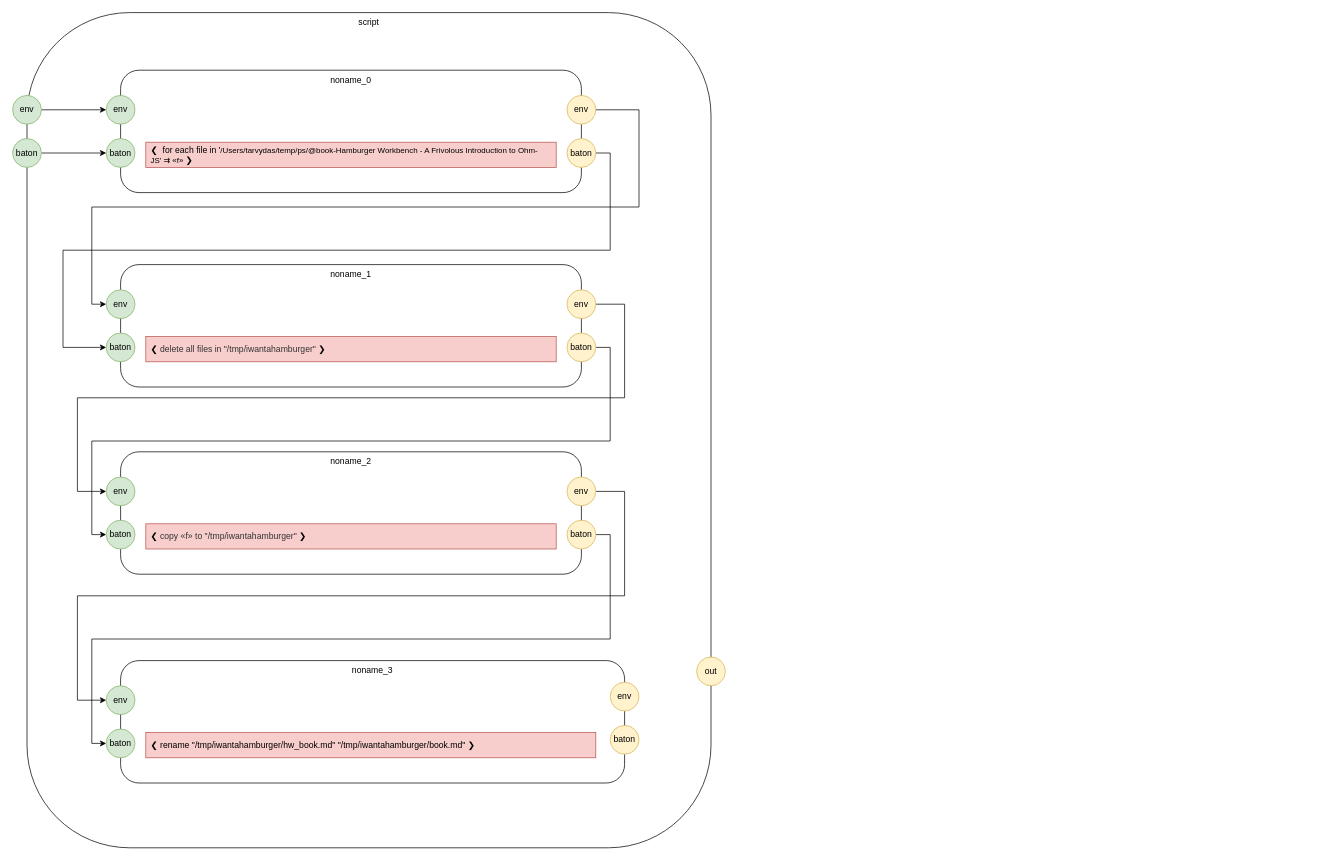
guitarvydas/hamburgerworkbenchD0D keeps this draw.io diagram as script.drawio. Above is the earlier version. Source tidied: cells renumbered, new cells numbered last; positions are measured from the earlier drawing's top-left corner, leaving out a move shared by most shapes. Both pictures are drawn from the tidied source at 72%, with x=0, y=0 at pixel (12, 12).
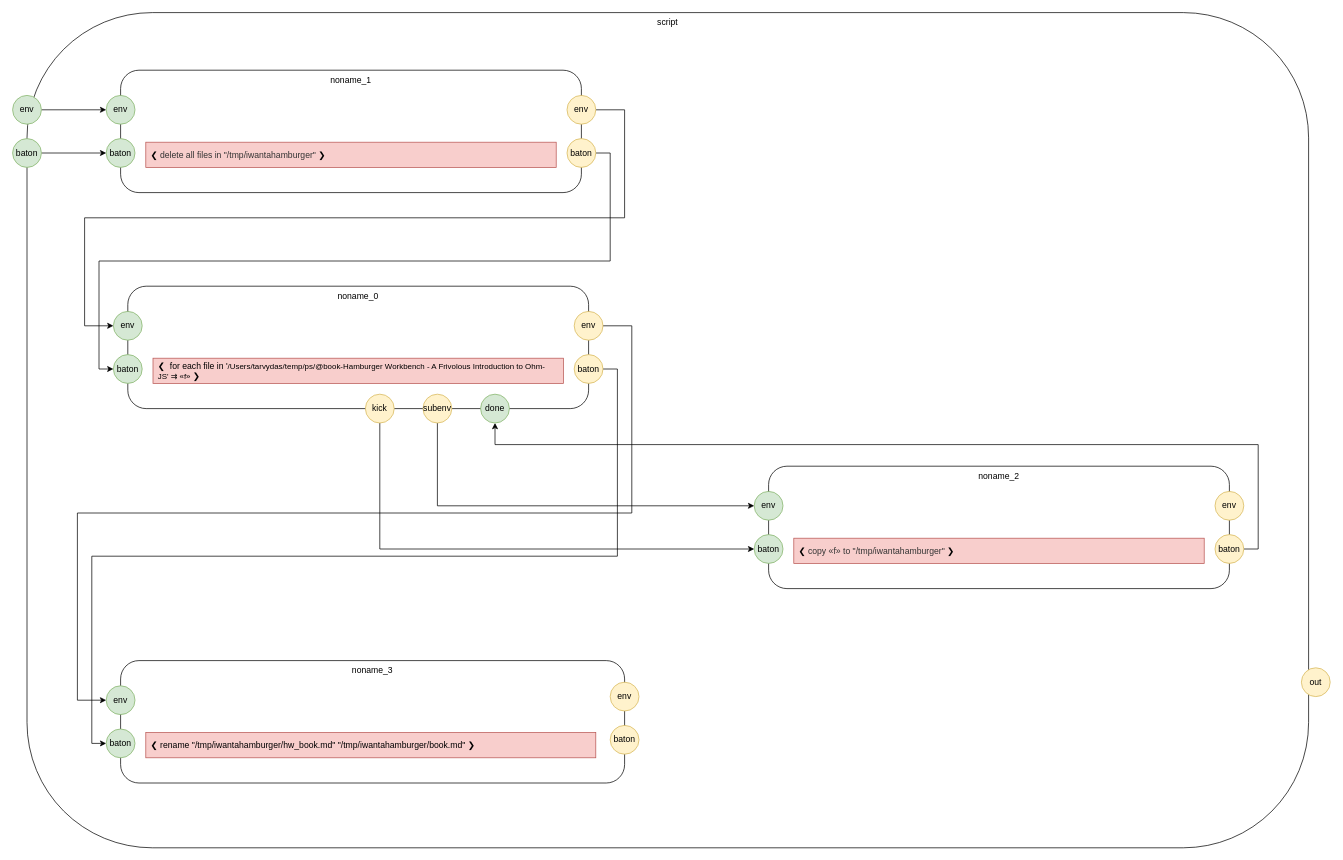
Above is the later version.

Unchanged cells that the change refers to:
```xml
<mxCell id="28" value="env" style="ellipse;whiteSpace=wrap;html=1;align=center;fillColor=#d5e8d4;strokeColor=#82b366;" parent="1" vertex="1">
  <mxGeometry x="130" y="935" width="40" height="40" as="geometry" />
</mxCell>
<mxCell id="32" value="baton" style="ellipse;whiteSpace=wrap;html=1;align=center;fillColor=#d5e8d4;strokeColor=#82b366;" parent="1" vertex="1">
  <mxGeometry x="130" y="995" width="40" height="40" as="geometry" />
</mxCell>
<mxCell id="34" value="env" style="ellipse;whiteSpace=wrap;html=1;align=center;fillColor=#d5e8d4;strokeColor=#82b366;" parent="1" vertex="1">
  <mxGeometry y="115" width="40" height="40" as="geometry" />
</mxCell>
<mxCell id="36" value="baton" style="ellipse;whiteSpace=wrap;html=1;align=center;fillColor=#d5e8d4;strokeColor=#82b366;" parent="1" vertex="1">
  <mxGeometry y="175" width="40" height="40" as="geometry" />
</mxCell>
```

Diff of the diagram source:
```diff
@@
     <mxCell id="2" value="script" style="rounded=1;whiteSpace=wrap;html=1;verticalAlign=top;" parent="1" vertex="1">
-      <mxGeometry x="20" width="950" height="1160" as="geometry" />
+      <mxGeometry x="20" width="1780" height="1160" as="geometry" />
     </mxCell>
     <mxCell id="3" value="noname_0" style="rounded=1;whiteSpace=wrap;html=1;align=center;verticalAlign=top;" parent="1" vertex="1">
-      <mxGeometry x="150" y="80" width="640" height="170" as="geometry" />
+      <mxGeometry x="160" y="380" width="640" height="170" as="geometry" />
     </mxCell>
     <mxCell id="4" value="env" style="ellipse;whiteSpace=wrap;html=1;align=center;fillColor=#d5e8d4;strokeColor=#82b366;" parent="1" vertex="1">
-      <mxGeometry x="130" y="115" width="40" height="40" as="geometry" />
+      <mxGeometry x="140" y="415" width="40" height="40" as="geometry" />
     </mxCell>
-    <mxCell id="5" style="edgeStyle=orthogonalEdgeStyle;rounded=0;jettySize=auto;html=1;exitX=1;exitY=0.5;exitDx=0;exitDy=0;entryX=0;entryY=0.5;entryDx=0;entryDy=0;align=center;" parent="1" edge="1" source="6" target="12">
-      <mxGeometry relative="1" as="geometry">
-        <Array as="points">
-          <mxPoint x="870" y="135" />
-          <mxPoint x="870" y="270" />
-          <mxPoint x="110" y="270" />
-          <mxPoint x="110" y="405" />
-        </Array>
-      </mxGeometry>
-    </mxCell>
+    <mxCell id="38" style="edgeStyle=orthogonalEdgeStyle;rounded=0;jettySize=auto;html=1;exitX=1;exitY=0.5;exitDx=0;exitDy=0;entryX=0;entryY=0.5;entryDx=0;entryDy=0;" parent="1" edge="1" source="6" target="28">
+      <mxGeometry relative="1" as="geometry">
+        <Array as="points">
+          <mxPoint x="860" y="435" />
+          <mxPoint x="860" y="695" />
+          <mxPoint x="90" y="695" />
+          <mxPoint x="90" y="955" />
+        </Array>
+      </mxGeometry>
+    </mxCell>
     <mxCell id="6" value="env" style="ellipse;whiteSpace=wrap;html=1;align=center;fillColor=#fff2cc;strokeColor=#d6b656;" parent="1" vertex="1">
-      <mxGeometry x="770" y="115" width="40" height="40" as="geometry" />
+      <mxGeometry x="780" y="415" width="40" height="40" as="geometry" />
     </mxCell>
     <mxCell id="7" value="&lt;span style=&quot;text-align: center&quot;&gt;❮&lt;/span&gt;&amp;nbsp; for each file in '&lt;span style=&quot;font-size: 11px&quot;&gt;/Users/tarvydas/temp/ps/@book-Hamburger Workbench - A Frivolous Introduction to Ohm-JS'&amp;nbsp;&lt;/span&gt;&lt;span style=&quot;font-size: 11px&quot;&gt;⇉ «f»&amp;nbsp;&lt;/span&gt;❯" style="rounded=0;whiteSpace=wrap;html=1;align=left;fillColor=#f8cecc;strokeColor=#b85450;spacingLeft=5;" parent="1" vertex="1">
-      <mxGeometry x="185" y="180" width="570" height="35" as="geometry" />
+      <mxGeometry x="195" y="480" width="570" height="35" as="geometry" />
     </mxCell>
-    <mxCell id="8" style="edgeStyle=orthogonalEdgeStyle;rounded=0;jettySize=auto;html=1;exitX=1;exitY=0.5;exitDx=0;exitDy=0;entryX=0;entryY=0.5;entryDx=0;entryDy=0;align=center;" parent="1" edge="1" source="9" target="18">
-      <mxGeometry relative="1" as="geometry">
-        <Array as="points">
-          <mxPoint x="830" y="195" />
-          <mxPoint x="830" y="330" />
-          <mxPoint x="70" y="330" />
-          <mxPoint x="70" y="465" />
-        </Array>
-      </mxGeometry>
-    </mxCell>
+    <mxCell id="39" style="edgeStyle=orthogonalEdgeStyle;rounded=0;jettySize=auto;html=1;exitX=1;exitY=0.5;exitDx=0;exitDy=0;entryX=0;entryY=0.5;entryDx=0;entryDy=0;" parent="1" edge="1" source="9" target="32">
+      <mxGeometry relative="1" as="geometry" />
+    </mxCell>
     <mxCell id="9" value="baton" style="ellipse;whiteSpace=wrap;html=1;align=center;fillColor=#fff2cc;strokeColor=#d6b656;" parent="1" vertex="1">
-      <mxGeometry x="770" y="175" width="40" height="40" as="geometry" />
+      <mxGeometry x="780" y="475" width="40" height="40" as="geometry" />
     </mxCell>
     <mxCell id="10" value="baton" style="ellipse;whiteSpace=wrap;html=1;align=center;fillColor=#d5e8d4;strokeColor=#82b366;" parent="1" vertex="1">
-      <mxGeometry x="130" y="175" width="40" height="40" as="geometry" />
+      <mxGeometry x="140" y="475" width="40" height="40" as="geometry" />
     </mxCell>
     <mxCell id="11" value="noname_1" style="rounded=1;whiteSpace=wrap;html=1;align=center;verticalAlign=top;" parent="1" vertex="1">
-      <mxGeometry x="150" y="350" width="640" height="170" as="geometry" />
+      <mxGeometry x="150" y="80" width="640" height="170" as="geometry" />
     </mxCell>
     <mxCell id="12" value="env" style="ellipse;whiteSpace=wrap;html=1;align=center;fillColor=#d5e8d4;strokeColor=#82b366;" parent="1" vertex="1">
-      <mxGeometry x="130" y="385" width="40" height="40" as="geometry" />
+      <mxGeometry x="130" y="115" width="40" height="40" as="geometry" />
     </mxCell>
-    <mxCell id="13" style="edgeStyle=orthogonalEdgeStyle;rounded=0;jettySize=auto;html=1;exitX=1;exitY=0.5;exitDx=0;exitDy=0;align=center;" parent="1" edge="1" source="14" target="20">
-      <mxGeometry relative="1" as="geometry">
-        <Array as="points">
-          <mxPoint x="850" y="405" />
-          <mxPoint x="850" y="535" />
-          <mxPoint x="90" y="535" />
-          <mxPoint x="90" y="665" />
-        </Array>
-      </mxGeometry>
-    </mxCell>
+    <mxCell id="40" style="edgeStyle=orthogonalEdgeStyle;rounded=0;jettySize=auto;html=1;exitX=1;exitY=0.5;exitDx=0;exitDy=0;entryX=0;entryY=0.5;entryDx=0;entryDy=0;" parent="1" edge="1" source="14" target="4">
+      <mxGeometry relative="1" as="geometry">
+        <Array as="points">
+          <mxPoint x="850" y="135" />
+          <mxPoint x="850" y="285" />
+          <mxPoint x="100" y="285" />
+          <mxPoint x="100" y="435" />
+        </Array>
+      </mxGeometry>
+    </mxCell>
     <mxCell id="14" value="env" style="ellipse;whiteSpace=wrap;html=1;align=center;fillColor=#fff2cc;strokeColor=#d6b656;" parent="1" vertex="1">
-      <mxGeometry x="770" y="385" width="40" height="40" as="geometry" />
+      <mxGeometry x="770" y="115" width="40" height="40" as="geometry" />
     </mxCell>
     <mxCell id="15" value="&lt;span style=&quot;text-align: center&quot;&gt;❮&lt;/span&gt;&lt;span style=&quot;font-size: 11px&quot;&gt;&amp;nbsp;&lt;/span&gt;&lt;span style=&quot;color: rgb(51 , 51 , 51)&quot;&gt;delete all files in &quot;/tmp/iwantahamburger&quot;&amp;nbsp;&lt;/span&gt;❯" style="rounded=0;whiteSpace=wrap;html=1;align=left;fillColor=#f8cecc;strokeColor=#b85450;spacingLeft=5;" parent="1" vertex="1">
-      <mxGeometry x="185" y="450" width="570" height="35" as="geometry" />
+      <mxGeometry x="185" y="180" width="570" height="35" as="geometry" />
     </mxCell>
-    <mxCell id="16" style="edgeStyle=orthogonalEdgeStyle;rounded=0;jettySize=auto;html=1;exitX=1;exitY=0.5;exitDx=0;exitDy=0;align=center;" parent="1" edge="1" source="17" target="26">
-      <mxGeometry relative="1" as="geometry">
-        <Array as="points">
-          <mxPoint x="830" y="465" />
-          <mxPoint x="830" y="595" />
-          <mxPoint x="110" y="595" />
-          <mxPoint x="110" y="725" />
-        </Array>
-      </mxGeometry>
-    </mxCell>
+    <mxCell id="41" style="edgeStyle=orthogonalEdgeStyle;rounded=0;jettySize=auto;html=1;exitX=1;exitY=0.5;exitDx=0;exitDy=0;entryX=0;entryY=0.5;entryDx=0;entryDy=0;" parent="1" edge="1" source="17" target="10">
+      <mxGeometry relative="1" as="geometry" />
+    </mxCell>
     <mxCell id="17" value="baton" style="ellipse;whiteSpace=wrap;html=1;align=center;fillColor=#fff2cc;strokeColor=#d6b656;" parent="1" vertex="1">
-      <mxGeometry x="770" y="445" width="40" height="40" as="geometry" />
+      <mxGeometry x="770" y="175" width="40" height="40" as="geometry" />
     </mxCell>
     <mxCell id="18" value="baton" style="ellipse;whiteSpace=wrap;html=1;align=center;fillColor=#d5e8d4;strokeColor=#82b366;" parent="1" vertex="1">
-      <mxGeometry x="130" y="445" width="40" height="40" as="geometry" />
+      <mxGeometry x="130" y="175" width="40" height="40" as="geometry" />
     </mxCell>
     <mxCell id="19" value="noname_2" style="rounded=1;whiteSpace=wrap;html=1;align=center;verticalAlign=top;" parent="1" vertex="1">
-      <mxGeometry x="150" y="610" width="640" height="170" as="geometry" />
+      <mxGeometry x="1050" y="630" width="640" height="170" as="geometry" />
     </mxCell>
     <mxCell id="20" value="env" style="ellipse;whiteSpace=wrap;html=1;align=center;fillColor=#d5e8d4;strokeColor=#82b366;" parent="1" vertex="1">
-      <mxGeometry x="130" y="645" width="40" height="40" as="geometry" />
+      <mxGeometry x="1030" y="665" width="40" height="40" as="geometry" />
     </mxCell>
-    <mxCell id="21" style="edgeStyle=orthogonalEdgeStyle;rounded=0;jettySize=auto;html=1;exitX=1;exitY=0.5;exitDx=0;exitDy=0;entryX=0;entryY=0.5;entryDx=0;entryDy=0;align=center;" parent="1" edge="1" source="22" target="28">
-      <mxGeometry relative="1" as="geometry">
-        <Array as="points">
-          <mxPoint x="850" y="665" />
-          <mxPoint x="850" y="810" />
-          <mxPoint x="90" y="810" />
-          <mxPoint x="90" y="955" />
-        </Array>
-      </mxGeometry>
-    </mxCell>
     <mxCell id="22" value="env" style="ellipse;whiteSpace=wrap;html=1;align=center;fillColor=#fff2cc;strokeColor=#d6b656;" parent="1" vertex="1">
-      <mxGeometry x="770" y="645" width="40" height="40" as="geometry" />
+      <mxGeometry x="1670" y="665" width="40" height="40" as="geometry" />
     </mxCell>
     <mxCell id="23" value="&lt;span style=&quot;text-align: center&quot;&gt;❮&lt;/span&gt;&lt;span style=&quot;font-size: 11px&quot;&gt;&amp;nbsp;&lt;/span&gt;&lt;span style=&quot;color: rgb(51 , 51 , 51)&quot;&gt;copy «f» to &quot;/tmp/iwantahamburger&quot;&amp;nbsp;&lt;/span&gt;❯" style="rounded=0;whiteSpace=wrap;html=1;align=left;fillColor=#f8cecc;strokeColor=#b85450;spacingLeft=5;" parent="1" vertex="1">
-      <mxGeometry x="185" y="710" width="570" height="35" as="geometry" />
+      <mxGeometry x="1085" y="730" width="570" height="35" as="geometry" />
     </mxCell>
-    <mxCell id="24" style="edgeStyle=orthogonalEdgeStyle;rounded=0;jettySize=auto;html=1;exitX=1;exitY=0.5;exitDx=0;exitDy=0;entryX=0;entryY=0.5;entryDx=0;entryDy=0;align=center;" parent="1" edge="1" source="25" target="32">
-      <mxGeometry relative="1" as="geometry" />
-    </mxCell>
+    <mxCell id="42" style="edgeStyle=orthogonalEdgeStyle;rounded=0;jettySize=auto;html=1;exitX=1;exitY=0.5;exitDx=0;exitDy=0;entryX=0.5;entryY=1;entryDx=0;entryDy=0;" parent="1" edge="1" source="25" target="49">
+      <mxGeometry relative="1" as="geometry">
+        <Array as="points">
+          <mxPoint x="1730" y="745" />
+          <mxPoint x="1730" y="600" />
+          <mxPoint x="670" y="600" />
+        </Array>
+      </mxGeometry>
+    </mxCell>
     <mxCell id="25" value="baton" style="ellipse;whiteSpace=wrap;html=1;align=center;fillColor=#fff2cc;strokeColor=#d6b656;" parent="1" vertex="1">
-      <mxGeometry x="770" y="705" width="40" height="40" as="geometry" />
+      <mxGeometry x="1670" y="725" width="40" height="40" as="geometry" />
     </mxCell>
     <mxCell id="26" value="baton" style="ellipse;whiteSpace=wrap;html=1;align=center;fillColor=#d5e8d4;strokeColor=#82b366;" parent="1" vertex="1">
-      <mxGeometry x="130" y="705" width="40" height="40" as="geometry" />
+      <mxGeometry x="1030" y="725" width="40" height="40" as="geometry" />
     </mxCell>
@@
-    <mxCell id="33" style="edgeStyle=orthogonalEdgeStyle;rounded=0;jettySize=auto;html=1;exitX=1;exitY=0.5;exitDx=0;exitDy=0;entryX=0;entryY=0.5;entryDx=0;entryDy=0;" parent="1" edge="1" source="34" target="4">
-      <mxGeometry relative="1" as="geometry" />
-    </mxCell>
+    <mxCell id="43" style="edgeStyle=orthogonalEdgeStyle;rounded=0;jettySize=auto;html=1;exitX=1;exitY=0.5;exitDx=0;exitDy=0;" parent="1" edge="1" source="34" target="12">
+      <mxGeometry relative="1" as="geometry" />
+    </mxCell>
@@
-    <mxCell id="35" style="edgeStyle=orthogonalEdgeStyle;rounded=0;jettySize=auto;html=1;exitX=1;exitY=0.5;exitDx=0;exitDy=0;entryX=0;entryY=0.5;entryDx=0;entryDy=0;" parent="1" edge="1" source="36" target="10">
-      <mxGeometry relative="1" as="geometry" />
-    </mxCell>
+    <mxCell id="44" style="edgeStyle=orthogonalEdgeStyle;rounded=0;jettySize=auto;html=1;exitX=1;exitY=0.5;exitDx=0;exitDy=0;entryX=0;entryY=0.5;entryDx=0;entryDy=0;" parent="1" edge="1" source="36" target="18">
+      <mxGeometry relative="1" as="geometry" />
+    </mxCell>
@@
     <mxCell id="37" value="out" style="ellipse;whiteSpace=wrap;html=1;align=center;fillColor=#fff2cc;strokeColor=#d6b656;" parent="1" vertex="1">
-      <mxGeometry x="950" y="895" width="40" height="40" as="geometry" />
+      <mxGeometry x="1790" y="910" width="40" height="40" as="geometry" />
     </mxCell>
+    <mxCell id="45" style="edgeStyle=orthogonalEdgeStyle;rounded=0;jettySize=auto;html=1;exitX=0.5;exitY=1;exitDx=0;exitDy=0;entryX=0;entryY=0.5;entryDx=0;entryDy=0;" parent="1" edge="1" source="46" target="26">
+      <mxGeometry relative="1" as="geometry" />
+    </mxCell>
+    <mxCell id="46" value="kick" style="ellipse;whiteSpace=wrap;html=1;align=center;fillColor=#fff2cc;strokeColor=#d6b656;" parent="1" vertex="1">
+      <mxGeometry x="490" y="530" width="40" height="40" as="geometry" />
+    </mxCell>
+    <mxCell id="47" style="edgeStyle=orthogonalEdgeStyle;rounded=0;jettySize=auto;html=1;exitX=0.5;exitY=1;exitDx=0;exitDy=0;entryX=0;entryY=0.5;entryDx=0;entryDy=0;" parent="1" edge="1" source="48" target="20">
+      <mxGeometry relative="1" as="geometry" />
+    </mxCell>
+    <mxCell id="48" value="subenv" style="ellipse;whiteSpace=wrap;html=1;align=center;fillColor=#fff2cc;strokeColor=#d6b656;" parent="1" vertex="1">
+      <mxGeometry x="570" y="530" width="40" height="40" as="geometry" />
+    </mxCell>
+    <mxCell id="49" value="done" style="ellipse;whiteSpace=wrap;html=1;align=center;fillColor=#d5e8d4;strokeColor=#82b366;" parent="1" vertex="1">
+      <mxGeometry x="650" y="530" width="40" height="40" as="geometry" />
+    </mxCell>
```
